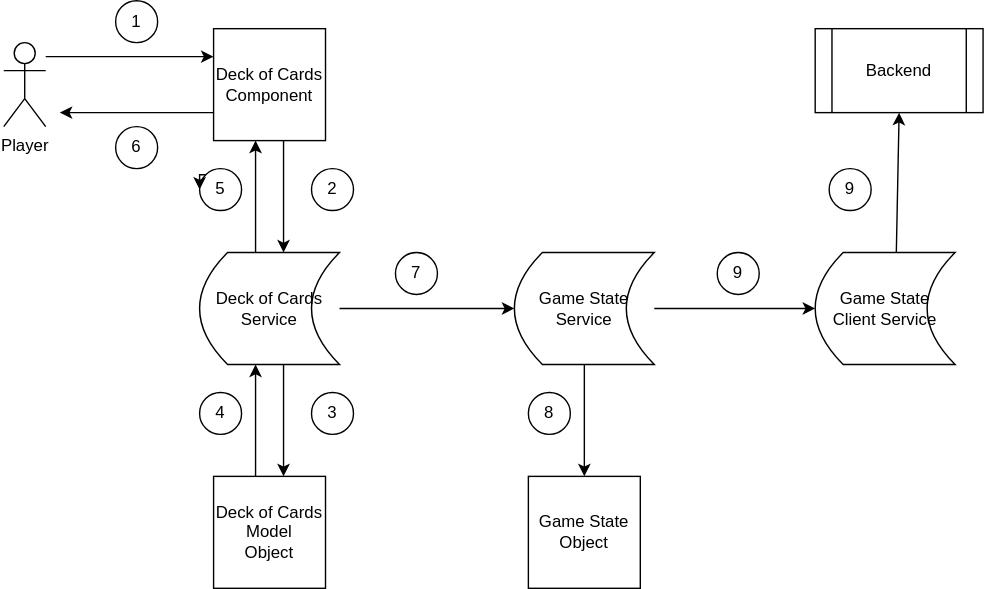
Before: docs/img/game-state-detailed-flow-receive.drawio.svg, a diagram exported from draw.io (nimbusscale/dominant-species). Source tidied: cells renumbered, new cells last; positions are measured from the earlier drawing's top-left corner, leaving out a move shared by most shapes.
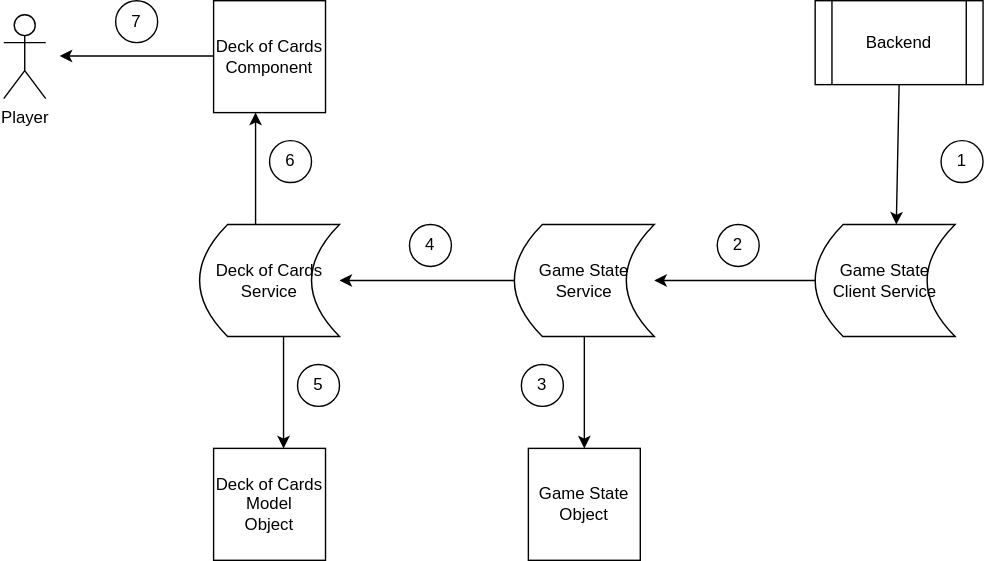
After the change.

What changed in the source:
```diff
@@ -17,12 +17,6 @@
     <mxCell id="6" value="Backend" style="shape=process;whiteSpace=wrap;html=1;backgroundOutline=1;" parent="1" vertex="1">
       <mxGeometry x="580" y="20" width="120" height="60" as="geometry" />
     </mxCell>
-    <mxCell id="7" style="endArrow=classic;startArrow=none;html=1;rounded=0;entryX=0;entryY=0.5;entryDx=0;entryDy=0;startFill=0;" parent="1" edge="1">
-      <mxGeometry relative="1" as="geometry">
-        <mxPoint x="30" y="40" as="sourcePoint" />
-        <mxPoint x="150" y="40" as="targetPoint" />
-      </mxGeometry>
-    </mxCell>
     <mxCell id="8" value="&lt;div&gt;Deck of Cards&lt;/div&gt;Component" style="whiteSpace=wrap;html=1;" parent="1" vertex="1">
       <mxGeometry x="150" y="20" width="80" height="80" as="geometry" />
     </mxCell>
@@ -33,10 +27,10 @@
       <mxGeometry x="150" y="340" width="80" height="80" as="geometry" />
     </mxCell>
     <mxCell id="11" value="1" style="ellipse;whiteSpace=wrap;html=1;" parent="1" vertex="1">
-      <mxGeometry x="80" width="30" height="30" as="geometry" />
+      <mxGeometry x="670" y="120" width="30" height="30" as="geometry" />
     </mxCell>
     <mxCell id="12" value="3" style="ellipse;whiteSpace=wrap;html=1;" parent="1" vertex="1">
-      <mxGeometry x="220" y="280" width="30" height="30" as="geometry" />
+      <mxGeometry x="370" y="280" width="30" height="30" as="geometry" />
     </mxCell>
     <mxCell id="13" style="endArrow=classic;startArrow=none;html=1;rounded=0;startFill=0;exitX=0.5;exitY=1;exitDx=0;exitDy=0;" parent="1" edge="1">
       <mxGeometry relative="1" as="geometry">
@@ -44,36 +38,24 @@
         <mxPoint x="200" y="340" as="targetPoint" />
       </mxGeometry>
     </mxCell>
-    <mxCell id="14" style="endArrow=classic;startArrow=none;html=1;rounded=0;startFill=0;entryX=0;entryY=0.5;entryDx=0;entryDy=0;exitX=1;exitY=0.5;exitDx=0;exitDy=0;" parent="1" edge="1" source="9" target="4">
+    <mxCell id="14" style="endArrow=none;startArrow=classic;html=1;rounded=0;startFill=1;entryX=0;entryY=0.5;entryDx=0;entryDy=0;exitX=1;exitY=0.5;exitDx=0;exitDy=0;endFill=0;" parent="1" edge="1" source="9" target="4">
       <mxGeometry relative="1" as="geometry" />
     </mxCell>
     <mxCell id="15" style="endArrow=classic;startArrow=none;html=1;rounded=0;startFill=0;entryX=0.5;entryY=0;entryDx=0;entryDy=0;exitX=0.5;exitY=1;exitDx=0;exitDy=0;" parent="1" edge="1" source="4" target="3">
       <mxGeometry relative="1" as="geometry" />
     </mxCell>
-    <mxCell id="16" style="endArrow=classic;startArrow=none;html=1;rounded=0;startFill=0;entryX=0;entryY=0.5;entryDx=0;entryDy=0;exitX=1;exitY=0.5;exitDx=0;exitDy=0;" parent="1" edge="1" source="4" target="5">
+    <mxCell id="16" style="endArrow=none;startArrow=classic;html=1;rounded=0;startFill=1;entryX=0;entryY=0.5;entryDx=0;entryDy=0;exitX=1;exitY=0.5;exitDx=0;exitDy=0;endFill=0;" parent="1" edge="1" source="4" target="5">
       <mxGeometry relative="1" as="geometry" />
     </mxCell>
-    <mxCell id="17" style="endArrow=classic;startArrow=none;html=1;rounded=0;startFill=0;entryX=0.5;entryY=1;entryDx=0;entryDy=0;exitX=0.58;exitY=0;exitDx=0;exitDy=0;exitPerimeter=0;" parent="1" edge="1" source="5" target="6">
+    <mxCell id="17" style="endArrow=none;startArrow=classic;html=1;rounded=0;startFill=1;entryX=0.5;entryY=1;entryDx=0;entryDy=0;exitX=0.58;exitY=0;exitDx=0;exitDy=0;exitPerimeter=0;endFill=0;" parent="1" edge="1" source="5" target="6">
       <mxGeometry relative="1" as="geometry" />
     </mxCell>
-    <mxCell id="18" style="endArrow=classic;startArrow=none;html=1;rounded=0;startFill=0;entryX=0.5;entryY=1;entryDx=0;entryDy=0;exitX=0.5;exitY=0;exitDx=0;exitDy=0;" parent="1" edge="1">
-      <mxGeometry relative="1" as="geometry">
-        <mxPoint x="180" y="340" as="sourcePoint" />
-        <mxPoint x="180" y="260" as="targetPoint" />
-      </mxGeometry>
-    </mxCell>
     <mxCell id="19" value="4" style="ellipse;whiteSpace=wrap;html=1;" parent="1" vertex="1">
-      <mxGeometry x="140" y="280" width="30" height="30" as="geometry" />
+      <mxGeometry x="290" y="180" width="30" height="30" as="geometry" />
     </mxCell>
     <mxCell id="20" value="2" style="ellipse;whiteSpace=wrap;html=1;" parent="1" vertex="1">
-      <mxGeometry x="220" y="120" width="30" height="30" as="geometry" />
+      <mxGeometry x="510" y="180" width="30" height="30" as="geometry" />
     </mxCell>
-    <mxCell id="21" style="endArrow=classic;startArrow=none;html=1;rounded=0;startFill=0;exitX=0.5;exitY=1;exitDx=0;exitDy=0;" parent="1" edge="1">
-      <mxGeometry relative="1" as="geometry">
-        <mxPoint x="200" y="100" as="sourcePoint" />
-        <mxPoint x="200" y="180" as="targetPoint" />
-      </mxGeometry>
-    </mxCell>
     <mxCell id="22" style="endArrow=classic;startArrow=none;html=1;rounded=0;startFill=0;entryX=0.5;entryY=1;entryDx=0;entryDy=0;exitX=0.5;exitY=0;exitDx=0;exitDy=0;" parent="1" edge="1">
       <mxGeometry relative="1" as="geometry">
         <mxPoint x="180" y="180" as="sourcePoint" />
@@ -81,30 +63,19 @@
       </mxGeometry>
     </mxCell>
     <mxCell id="23" value="5" style="ellipse;whiteSpace=wrap;html=1;" parent="1" vertex="1">
-      <mxGeometry x="140" y="120" width="30" height="30" as="geometry" />
+      <mxGeometry x="210" y="280" width="30" height="30" as="geometry" />
     </mxCell>
     <mxCell id="24" value="6" style="ellipse;whiteSpace=wrap;html=1;" parent="1" vertex="1">
-      <mxGeometry x="80" y="90" width="30" height="30" as="geometry" />
+      <mxGeometry x="190" y="120" width="30" height="30" as="geometry" />
     </mxCell>
-    <mxCell id="25" value="7" style="ellipse;whiteSpace=wrap;html=1;" parent="1" vertex="1">
-      <mxGeometry x="280" y="180" width="30" height="30" as="geometry" />
-    </mxCell>
-    <mxCell id="26" value="8" style="ellipse;whiteSpace=wrap;html=1;" parent="1" vertex="1">
-      <mxGeometry x="375" y="280" width="30" height="30" as="geometry" />
-    </mxCell>
-    <mxCell id="27" value="9" style="ellipse;whiteSpace=wrap;html=1;" parent="1" vertex="1">
-      <mxGeometry x="510" y="180" width="30" height="30" as="geometry" />
-    </mxCell>
-    <mxCell id="28" style="edgeStyle=orthogonalEdgeStyle;rounded=0;orthogonalLoop=1;jettySize=auto;html=1;exitX=0;exitY=0;exitDx=0;exitDy=0;entryX=0;entryY=0.5;entryDx=0;entryDy=0;" parent="1" edge="1" source="23" target="23">
-      <mxGeometry relative="1" as="geometry" />
-    </mxCell>
-    <mxCell id="29" style="endArrow=classic;startArrow=none;html=1;rounded=0;startFill=0;exitX=0;exitY=0.75;exitDx=0;exitDy=0;" parent="1" edge="1" source="8">
+    <mxCell id="29" style="endArrow=classic;startArrow=none;html=1;rounded=0;startFill=0;exitX=0;exitY=0.75;exitDx=0;exitDy=0;" parent="1" edge="1">
       <mxGeometry relative="1" as="geometry">
-        <mxPoint x="40" y="80" as="targetPoint" />
+        <mxPoint x="150" y="59.5" as="sourcePoint" />
+        <mxPoint x="40" y="59.5" as="targetPoint" />
       </mxGeometry>
     </mxCell>
-    <mxCell id="30" value="9" style="ellipse;whiteSpace=wrap;html=1;" parent="1" vertex="1">
-      <mxGeometry x="590" y="120" width="30" height="30" as="geometry" />
+    <mxCell id="30" value="7" style="ellipse;whiteSpace=wrap;html=1;" parent="1" vertex="1">
+      <mxGeometry x="80" y="20" width="30" height="30" as="geometry" />
     </mxCell>
   </root>
 </mxGraphModel>
```
